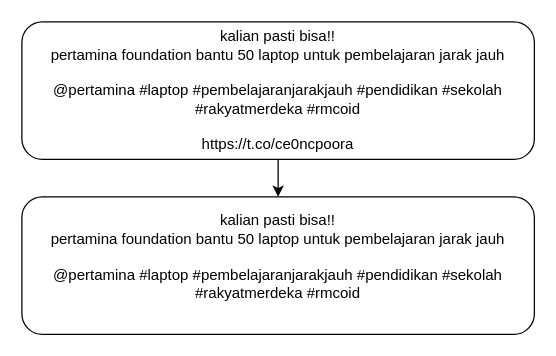
Before: Dokumen TA/Paper/Gambar/Casefolding.drawio in muspriandi/TextMining-SentimentAnalysis, a draw.io diagram. Source tidied: cells renumbered, new cells numbered last; positions are measured from the earlier drawing's top-left corner, leaving out a move shared by most shapes. Both pictures are drawn from the tidied source at 125%, with x=0, y=0 at pixel (21, 21).
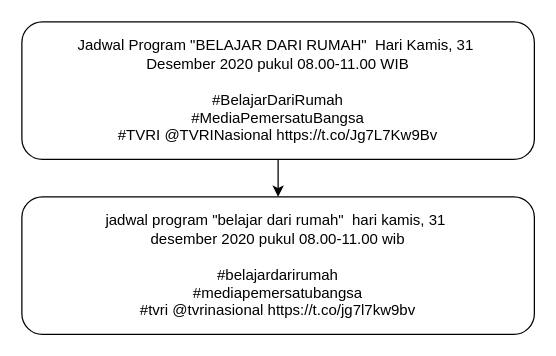
The same page after the edit.

The edit, as a diff of the source:
```diff
@@
 <mxGraphModel>
   <root>
     <mxCell id="0" />
     <mxCell id="1" parent="0" />
     <mxCell id="2" style="edgeStyle=orthogonalEdgeStyle;rounded=0;jettySize=auto;html=1;entryX=0.5;entryY=0;entryDx=0;entryDy=0;" parent="1" edge="1" source="3" target="4">
       <mxGeometry relative="1" as="geometry" />
     </mxCell>
-    <mxCell id="3" value="&lt;div&gt;kalian pasti bisa!!&lt;/div&gt;&lt;div&gt;pertamina foundation bantu 50 laptop untuk pembelajaran jarak jauh&lt;/div&gt;&lt;div&gt;&lt;br&gt;&lt;/div&gt;&lt;div&gt;@pertamina #laptop #pembelajaranjarakjauh #pendidikan #sekolah #rakyatmerdeka #rmcoid&lt;/div&gt;&lt;div&gt;&lt;br&gt;&lt;/div&gt;&lt;div&gt;https://t.co/ce0ncpoora&lt;/div&gt;" style="rounded=1;whiteSpace=wrap;html=1;align=center;" parent="1" vertex="1">
+    <mxCell id="3" value="&lt;div&gt;Jadwal Program &quot;BELAJAR DARI RUMAH&quot;&amp;nbsp; Hari Kamis, 31&amp;nbsp;&lt;/div&gt;&lt;div&gt;Desember 2020 pukul 08.00-11.00 WIB&lt;/div&gt;&lt;div&gt;&lt;br&gt;&lt;/div&gt;&lt;div&gt;#BelajarDariRumah&lt;/div&gt;&lt;div&gt;#MediaPemersatuBangsa&lt;/div&gt;&lt;div&gt;#TVRI @TVRINasional https://t.co/Jg7L7Kw9Bv&lt;/div&gt;" style="rounded=1;whiteSpace=wrap;html=1;align=center;" parent="1" vertex="1">
       <mxGeometry width="410" height="110" as="geometry" />
     </mxCell>
-    <mxCell id="4" value="&lt;div&gt;kalian pasti bisa!!&lt;/div&gt;&lt;div&gt;pertamina foundation bantu 50 laptop untuk pembelajaran jarak jauh&lt;/div&gt;&lt;div&gt;&lt;br&gt;&lt;/div&gt;&lt;div&gt;@pertamina #laptop #pembelajaranjarakjauh #pendidikan #sekolah #rakyatmerdeka #rmcoid&lt;/div&gt;&lt;div&gt;&lt;br&gt;&lt;/div&gt;" style="rounded=1;whiteSpace=wrap;html=1;align=center;" parent="1" vertex="1">
+    <mxCell id="4" value="&lt;div&gt;jadwal program &quot;belajar dari rumah&quot;&amp;nbsp; hari kamis, 31&amp;nbsp;&lt;/div&gt;&lt;div&gt;desember 2020 pukul 08.00-11.00 wib&lt;/div&gt;&lt;div&gt;&lt;br&gt;&lt;/div&gt;&lt;div&gt;#belajardarirumah&lt;/div&gt;&lt;div&gt;#mediapemersatubangsa&lt;/div&gt;&lt;div&gt;#tvri @tvrinasional https://t.co/jg7l7kw9bv&lt;/div&gt;" style="rounded=1;whiteSpace=wrap;html=1;align=center;" parent="1" vertex="1">
       <mxGeometry y="140" width="410" height="110" as="geometry" />
     </mxCell>
   </root>
 </mxGraphModel>
```
